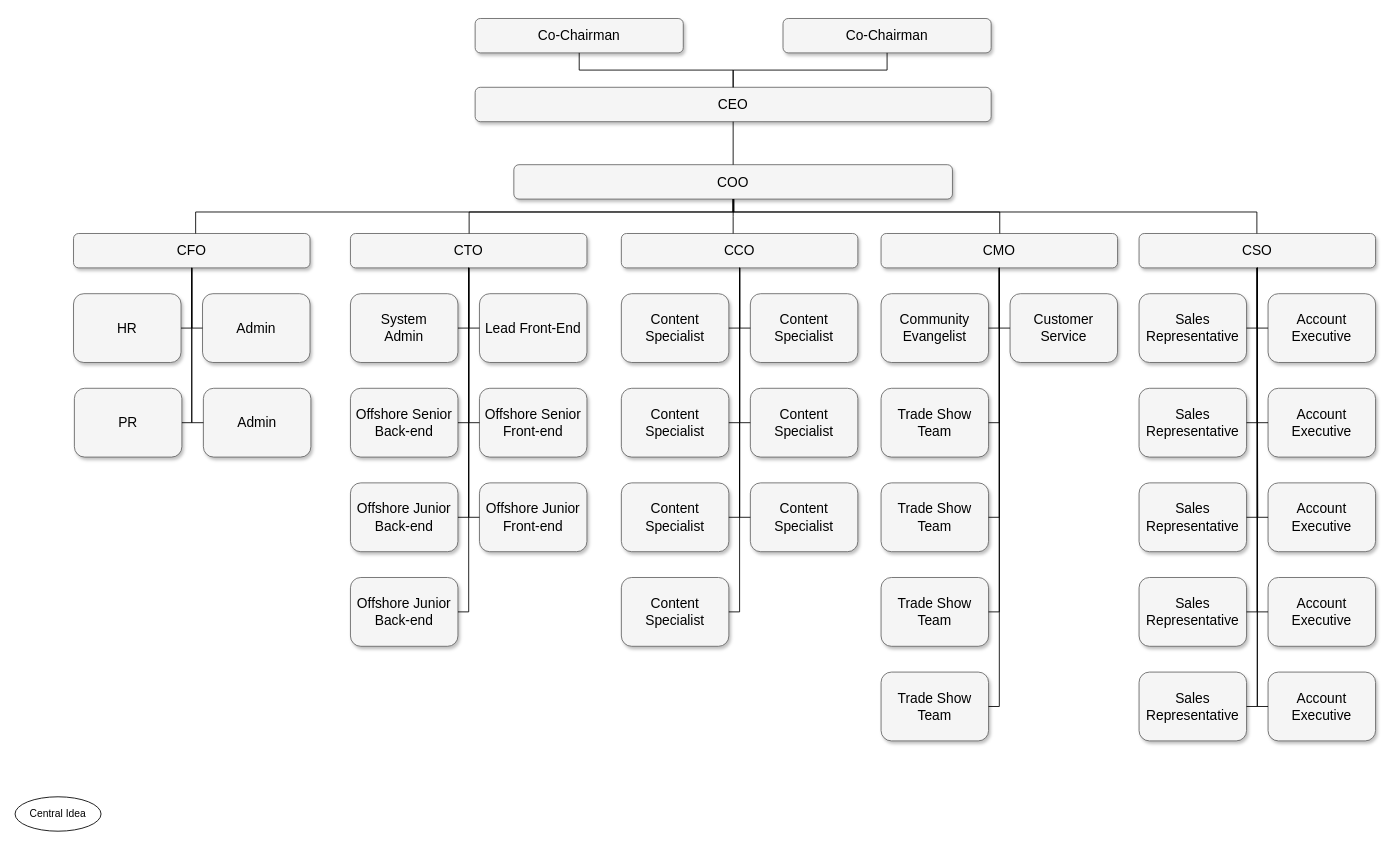
This is doc/未命名绘图.drawio from zuoxiaofeng/diagrams, a draw.io file, before an edit. Source tidied: cells renumbered, new cells numbered last; positions are measured from the earlier drawing's top-left corner, leaving out a move shared by most shapes. Both pictures are drawn from the tidied source at 86%, with x=0, y=0 at pixel (15, 18).
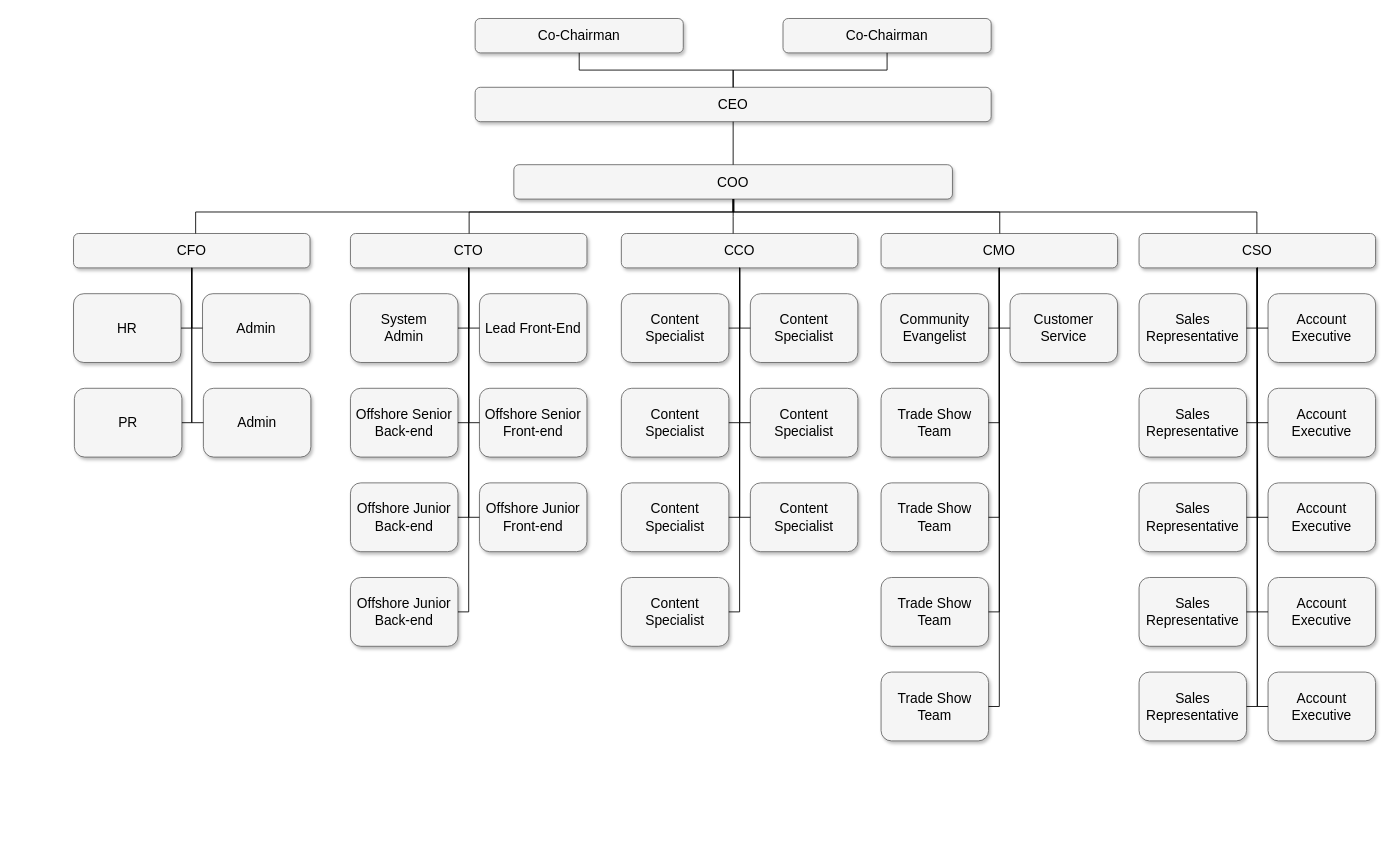
The same diagram, later.

Commit message:
Update 未命名绘图.drawio

What changed in the source:
```diff
@@
-    <mxCell id="87" value="Central Idea" style="ellipse;whiteSpace=wrap;html=1;align=center;newEdgeStyle={&quot;edgeStyle&quot;:&quot;entityRelationEdgeStyle&quot;,&quot;startArrow&quot;:&quot;none&quot;,&quot;endArrow&quot;:&quot;none&quot;,&quot;segment&quot;:10,&quot;curved&quot;:1};" parent="1" vertex="1">
-      <mxGeometry y="905" width="100" height="40" as="geometry" />
-    </mxCell>
```
